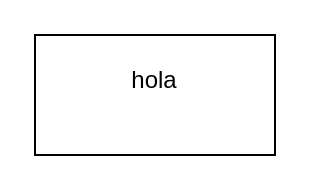
Earlier version of the draw.io diagram obligatorio1.drawio (MartinAlonsoo/ObligatorioBD1). Source tidied: cells renumbered, new cells numbered last; positions are measured from the earlier drawing's top-left corner, leaving out a move shared by most shapes. Both pictures are drawn from the tidied source at 200%, with x=0, y=0 at pixel (34, 34).
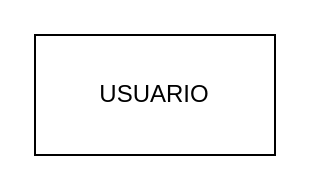
After the change.

The edit, as a diff of the source:
```diff
@@
 <mxGraphModel>
   <root>
     <mxCell id="0" />
     <mxCell id="1" parent="0" />
-    <mxCell id="2" value="hola&lt;div&gt;&lt;br&gt;&lt;/div&gt;" style="rounded=0;whiteSpace=wrap;html=1;" parent="1" vertex="1">
+    <mxCell id="2" value="&lt;div&gt;USUARIO&lt;/div&gt;" style="rounded=0;whiteSpace=wrap;html=1;" parent="1" vertex="1">
       <mxGeometry width="120" height="60" as="geometry" />
     </mxCell>
   </root>
 </mxGraphModel>
```
